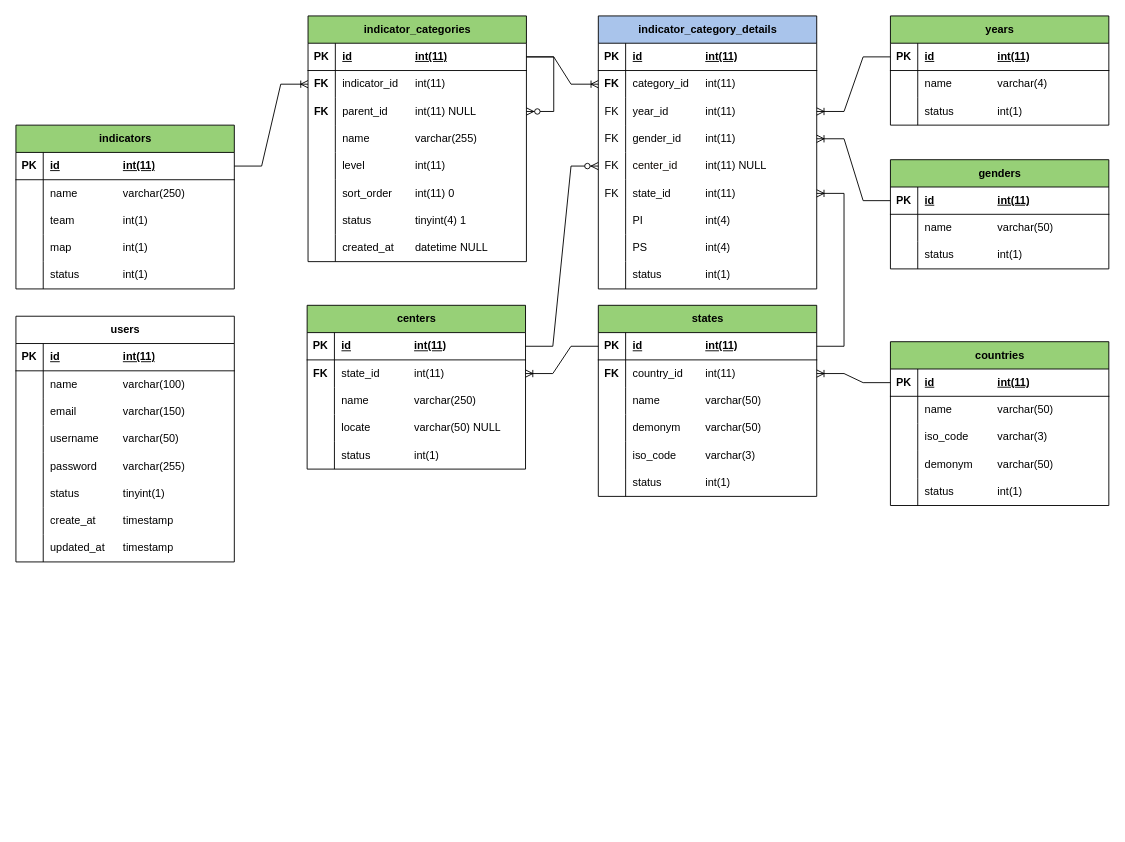
This is data/REDIM entidad - relacion - v3.drawio from MIGUEL-TGH/redim_frontend, a draw.io file, before an edit. Source tidied: cells renumbered, new cells numbered last; positions are measured from the earlier drawing's top-left corner, leaving out a move shared by most shapes. Both pictures are drawn from the tidied source at 91%, with x=0, y=0 at pixel (15, 15).
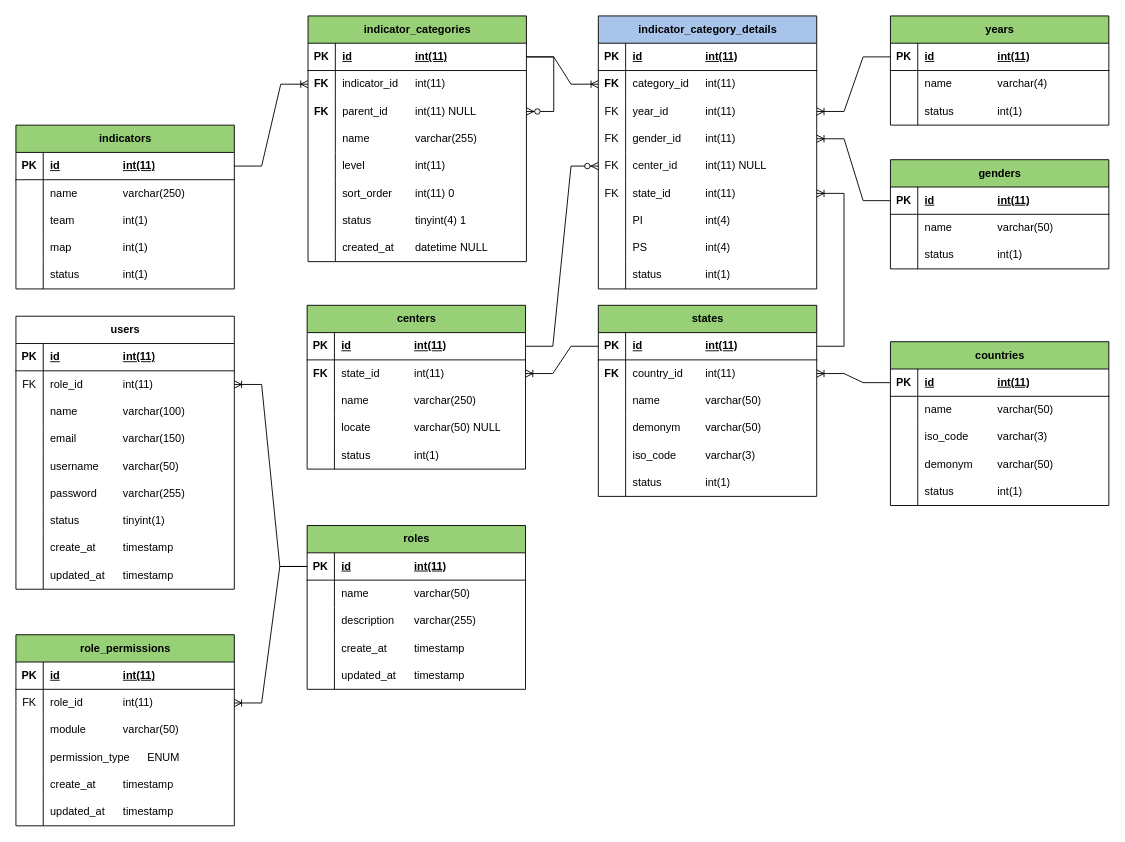
The same diagram, later.

The change refers to these unchanged cells:
```xml
<mxCell id="155" style="shape=tableRow;horizontal=0;startSize=0;swimlaneHead=0;swimlaneBody=0;fillColor=none;points=[[0,0.5],[1,0.5]];portConstraint=eastwest;top=0;left=0;right=0;bottom=0;" parent="151" vertex="1">
  <mxGeometry y="60" width="240" height="30" as="geometry" />
</mxCell>
```

What changed in the source:
```diff
@@
     <mxCell id="151" value="users" style="shape=table;startSize=30;childLayout=tableLayout;rowLines=0;fontStyle=1;align=center;html=1;fillColor=light-dark(#FFFFFF,#295A0D);" parent="1" vertex="1">
-      <mxGeometry y="330" width="240" height="270" as="geometry" />
+      <mxGeometry y="330" width="240" height="300" as="geometry" />
     </mxCell>
@@
-    <mxCell id="156" style="shape=partialRectangle;fillColor=none;top=0;left=0;bottom=0;right=0;overflow=hidden;whiteSpace=wrap;html=1;" parent="155" vertex="1">
+    <mxCell id="156" value="FK" style="shape=partialRectangle;fillColor=none;top=0;left=0;bottom=0;right=0;overflow=hidden;whiteSpace=wrap;html=1;" parent="155" vertex="1">
       <mxGeometry width="30" height="30" as="geometry" />
     </mxCell>
-    <mxCell id="157" value="name&lt;span style=&quot;white-space: pre;&quot;&gt;&#9;&lt;/span&gt;&lt;span style=&quot;white-space: pre;&quot;&gt;&#9;&lt;/span&gt;varchar(100)" style="shape=partialRectangle;fillColor=none;top=0;left=0;bottom=0;right=0;align=left;spacingLeft=6;overflow=hidden;whiteSpace=wrap;html=1;" parent="155" vertex="1">
+    <mxCell id="157" value="role_id&lt;span style=&quot;white-space: pre;&quot;&gt;&#9;&lt;/span&gt;&lt;span style=&quot;white-space: pre;&quot;&gt;&#9;&lt;/span&gt;int(11)" style="shape=partialRectangle;fillColor=none;top=0;left=0;bottom=0;right=0;align=left;spacingLeft=6;overflow=hidden;whiteSpace=wrap;html=1;" parent="155" vertex="1">
       <mxGeometry x="30" width="210" height="30" as="geometry" />
     </mxCell>
+    <mxCell id="176" style="shape=tableRow;horizontal=0;startSize=0;swimlaneHead=0;swimlaneBody=0;fillColor=none;top=0;left=0;right=0;bottom=0;" parent="151" vertex="1">
+      <mxGeometry y="90" width="240" height="30" as="geometry" />
+    </mxCell>
+    <mxCell id="177" style="shape=partialRectangle;fillColor=none;top=0;left=0;bottom=0;right=0;overflow=hidden;whiteSpace=wrap;html=1;" parent="176" vertex="1">
+      <mxGeometry width="30" height="30" as="geometry" />
+    </mxCell>
+    <mxCell id="178" value="name&lt;span style=&quot;white-space: pre;&quot;&gt;&#9;&lt;/span&gt;&lt;span style=&quot;white-space: pre;&quot;&gt;&#9;&lt;/span&gt;varchar(100)" style="shape=partialRectangle;fillColor=none;top=0;left=0;bottom=0;right=0;align=left;spacingLeft=6;overflow=hidden;whiteSpace=wrap;html=1;" parent="176" vertex="1">
+      <mxGeometry x="30" width="210" height="30" as="geometry" />
+    </mxCell>
     <mxCell id="158" style="shape=tableRow;horizontal=0;startSize=0;swimlaneHead=0;swimlaneBody=0;fillColor=none;top=0;left=0;right=0;bottom=0;" parent="151" vertex="1">
-      <mxGeometry y="90" width="240" height="30" as="geometry" />
+      <mxGeometry y="120" width="240" height="30" as="geometry" />
     </mxCell>
@@
     <mxCell id="161" style="shape=tableRow;horizontal=0;startSize=0;swimlaneHead=0;swimlaneBody=0;fillColor=none;top=0;left=0;right=0;bottom=0;" parent="151" vertex="1">
-      <mxGeometry y="120" width="240" height="30" as="geometry" />
+      <mxGeometry y="150" width="240" height="30" as="geometry" />
     </mxCell>
@@
     <mxCell id="164" style="shape=tableRow;horizontal=0;startSize=0;swimlaneHead=0;swimlaneBody=0;fillColor=none;top=0;left=0;right=0;bottom=0;" parent="151" vertex="1">
-      <mxGeometry y="150" width="240" height="30" as="geometry" />
+      <mxGeometry y="180" width="240" height="30" as="geometry" />
     </mxCell>
@@
     <mxCell id="167" style="shape=tableRow;horizontal=0;startSize=0;swimlaneHead=0;swimlaneBody=0;fillColor=none;top=0;left=0;right=0;bottom=0;" parent="151" vertex="1">
-      <mxGeometry y="180" width="240" height="30" as="geometry" />
+      <mxGeometry y="210" width="240" height="30" as="geometry" />
     </mxCell>
@@
     <mxCell id="170" style="shape=tableRow;horizontal=0;startSize=0;swimlaneHead=0;swimlaneBody=0;fillColor=none;top=0;left=0;right=0;bottom=0;" parent="151" vertex="1">
-      <mxGeometry y="210" width="240" height="30" as="geometry" />
+      <mxGeometry y="240" width="240" height="30" as="geometry" />
     </mxCell>
@@
     <mxCell id="173" style="shape=tableRow;horizontal=0;startSize=0;swimlaneHead=0;swimlaneBody=0;fillColor=none;top=0;left=0;right=0;bottom=0;" parent="151" vertex="1">
-      <mxGeometry y="240" width="240" height="30" as="geometry" />
+      <mxGeometry y="270" width="240" height="30" as="geometry" />
     </mxCell>
@@
+    <mxCell id="179" value="roles" style="shape=table;startSize=30;childLayout=tableLayout;rowLines=0;fontStyle=1;align=center;html=1;fillColor=#97D077;" parent="1" vertex="1">
+      <mxGeometry x="320" y="560" width="240" height="180" as="geometry" />
+    </mxCell>
+    <mxCell id="180" style="shape=tableRow;horizontal=0;startSize=0;swimlaneHead=0;swimlaneBody=0;fillColor=none;points=[[0,0.5],[1,0.5]];portConstraint=eastwest;top=0;left=0;right=0;bottom=1;" parent="179" vertex="1">
+      <mxGeometry y="30" width="240" height="30" as="geometry" />
+    </mxCell>
+    <mxCell id="181" value="PK" style="shape=partialRectangle;fillColor=none;top=0;left=0;bottom=0;right=0;fontStyle=1;overflow=hidden;whiteSpace=wrap;html=1;" parent="180" vertex="1">
+      <mxGeometry width="30" height="30" as="geometry" />
+    </mxCell>
+    <mxCell id="182" value="id&lt;span style=&quot;white-space: pre;&quot;&gt;&#9;&lt;/span&gt;&lt;span style=&quot;white-space: pre;&quot;&gt;&#9;&lt;/span&gt;&lt;span style=&quot;white-space: pre;&quot;&gt;&#9;&lt;/span&gt;int(11)" style="shape=partialRectangle;fillColor=none;top=0;left=0;bottom=0;right=0;align=left;spacingLeft=6;fontStyle=5;overflow=hidden;whiteSpace=wrap;html=1;" parent="180" vertex="1">
+      <mxGeometry x="30" width="210" height="30" as="geometry" />
+    </mxCell>
+    <mxCell id="183" style="shape=tableRow;horizontal=0;startSize=0;swimlaneHead=0;swimlaneBody=0;fillColor=none;top=0;left=0;right=0;bottom=0;" parent="179" vertex="1">
+      <mxGeometry y="60" width="240" height="30" as="geometry" />
+    </mxCell>
+    <mxCell id="184" style="shape=partialRectangle;fillColor=none;top=0;left=0;bottom=0;right=0;overflow=hidden;whiteSpace=wrap;html=1;" parent="183" vertex="1">
+      <mxGeometry width="30" height="30" as="geometry" />
+    </mxCell>
+    <mxCell id="185" value="name&lt;span style=&quot;white-space: pre;&quot;&gt;&#9;&lt;/span&gt;&lt;span style=&quot;white-space: pre;&quot;&gt;&#9;&lt;/span&gt;varchar(50)" style="shape=partialRectangle;fillColor=none;top=0;left=0;bottom=0;right=0;align=left;spacingLeft=6;overflow=hidden;whiteSpace=wrap;html=1;" parent="183" vertex="1">
+      <mxGeometry x="30" width="210" height="30" as="geometry" />
+    </mxCell>
+    <mxCell id="186" style="shape=tableRow;horizontal=0;startSize=0;swimlaneHead=0;swimlaneBody=0;fillColor=none;top=0;left=0;right=0;bottom=0;" parent="179" vertex="1">
+      <mxGeometry y="90" width="240" height="30" as="geometry" />
+    </mxCell>
+    <mxCell id="187" style="shape=partialRectangle;fillColor=none;top=0;left=0;bottom=0;right=0;overflow=hidden;whiteSpace=wrap;html=1;" parent="186" vertex="1">
+      <mxGeometry width="30" height="30" as="geometry" />
+    </mxCell>
+    <mxCell id="188" value="description&lt;span style=&quot;white-space: pre;&quot;&gt;&#9;&lt;/span&gt;varchar(255)" style="shape=partialRectangle;fillColor=none;top=0;left=0;bottom=0;right=0;align=left;spacingLeft=6;overflow=hidden;whiteSpace=wrap;html=1;" parent="186" vertex="1">
+      <mxGeometry x="30" width="210" height="30" as="geometry" />
+    </mxCell>
+    <mxCell id="189" style="shape=tableRow;horizontal=0;startSize=0;swimlaneHead=0;swimlaneBody=0;fillColor=none;top=0;left=0;right=0;bottom=0;" parent="179" vertex="1">
+      <mxGeometry y="120" width="240" height="30" as="geometry" />
+    </mxCell>
+    <mxCell id="190" style="shape=partialRectangle;fillColor=none;top=0;left=0;bottom=0;right=0;overflow=hidden;whiteSpace=wrap;html=1;" parent="189" vertex="1">
+      <mxGeometry width="30" height="30" as="geometry" />
+    </mxCell>
+    <mxCell id="191" value="create_at&lt;span style=&quot;white-space: pre;&quot;&gt;&#9;&lt;/span&gt;&lt;span style=&quot;white-space: pre;&quot;&gt;&#9;&lt;/span&gt;timestamp" style="shape=partialRectangle;fillColor=none;top=0;left=0;bottom=0;right=0;align=left;spacingLeft=6;overflow=hidden;whiteSpace=wrap;html=1;" parent="189" vertex="1">
+      <mxGeometry x="30" width="210" height="30" as="geometry" />
+    </mxCell>
+    <mxCell id="192" style="shape=tableRow;horizontal=0;startSize=0;swimlaneHead=0;swimlaneBody=0;fillColor=none;top=0;left=0;right=0;bottom=0;" parent="179" vertex="1">
+      <mxGeometry y="150" width="240" height="30" as="geometry" />
+    </mxCell>
+    <mxCell id="193" style="shape=partialRectangle;fillColor=none;top=0;left=0;bottom=0;right=0;overflow=hidden;whiteSpace=wrap;html=1;" parent="192" vertex="1">
+      <mxGeometry width="30" height="30" as="geometry" />
+    </mxCell>
+    <mxCell id="194" value="updated_at&lt;span style=&quot;white-space: pre;&quot;&gt;&#9;&lt;/span&gt;timestamp" style="shape=partialRectangle;fillColor=none;top=0;left=0;bottom=0;right=0;align=left;spacingLeft=6;overflow=hidden;whiteSpace=wrap;html=1;" parent="192" vertex="1">
+      <mxGeometry x="30" width="210" height="30" as="geometry" />
+    </mxCell>
+    <mxCell id="195" value="role_permissions" style="shape=table;startSize=30;childLayout=tableLayout;rowLines=0;fontStyle=1;align=center;html=1;fillColor=#97D077;" parent="1" vertex="1">
+      <mxGeometry y="680" width="240" height="210" as="geometry" />
+    </mxCell>
+    <mxCell id="196" style="shape=tableRow;horizontal=0;startSize=0;swimlaneHead=0;swimlaneBody=0;fillColor=none;top=0;left=0;right=0;bottom=1;" parent="195" vertex="1">
+      <mxGeometry y="30" width="240" height="30" as="geometry" />
+    </mxCell>
+    <mxCell id="197" value="PK" style="shape=partialRectangle;fillColor=none;top=0;left=0;bottom=0;right=0;fontStyle=1;overflow=hidden;whiteSpace=wrap;html=1;" parent="196" vertex="1">
+      <mxGeometry width="30" height="30" as="geometry" />
+    </mxCell>
+    <mxCell id="198" value="id&lt;span style=&quot;white-space: pre;&quot;&gt;&#9;&lt;/span&gt;&lt;span style=&quot;white-space: pre;&quot;&gt;&#9;&lt;/span&gt;&lt;span style=&quot;white-space: pre;&quot;&gt;&#9;&lt;/span&gt;int(11)" style="shape=partialRectangle;fillColor=none;top=0;left=0;bottom=0;right=0;align=left;spacingLeft=6;fontStyle=5;overflow=hidden;whiteSpace=wrap;html=1;" parent="196" vertex="1">
+      <mxGeometry x="30" width="210" height="30" as="geometry" />
+    </mxCell>
+    <mxCell id="199" style="shape=tableRow;horizontal=0;startSize=0;swimlaneHead=0;swimlaneBody=0;fillColor=none;points=[[0,0.5],[1,0.5]];portConstraint=eastwest;top=0;left=0;right=0;bottom=0;" parent="195" vertex="1">
+      <mxGeometry y="60" width="240" height="30" as="geometry" />
+    </mxCell>
+    <mxCell id="200" value="FK" style="shape=partialRectangle;fillColor=none;top=0;left=0;bottom=0;right=0;overflow=hidden;whiteSpace=wrap;html=1;" parent="199" vertex="1">
+      <mxGeometry width="30" height="30" as="geometry" />
+    </mxCell>
+    <mxCell id="201" value="role_id&lt;span style=&quot;white-space: pre;&quot;&gt;&#9;&lt;/span&gt;&lt;span style=&quot;white-space: pre;&quot;&gt;&#9;&lt;/span&gt;int(11)" style="shape=partialRectangle;fillColor=none;top=0;left=0;bottom=0;right=0;align=left;spacingLeft=6;overflow=hidden;whiteSpace=wrap;html=1;" parent="199" vertex="1">
+      <mxGeometry x="30" width="210" height="30" as="geometry" />
+    </mxCell>
+    <mxCell id="202" style="shape=tableRow;horizontal=0;startSize=0;swimlaneHead=0;swimlaneBody=0;fillColor=none;top=0;left=0;right=0;bottom=0;" parent="195" vertex="1">
+      <mxGeometry y="90" width="240" height="30" as="geometry" />
+    </mxCell>
+    <mxCell id="203" style="shape=partialRectangle;fillColor=none;top=0;left=0;bottom=0;right=0;overflow=hidden;whiteSpace=wrap;html=1;" parent="202" vertex="1">
+      <mxGeometry width="30" height="30" as="geometry" />
+    </mxCell>
+    <mxCell id="204" value="module&lt;span style=&quot;white-space: pre;&quot;&gt;&#9;&lt;span style=&quot;white-space: pre;&quot;&gt;&#9;&lt;/span&gt;&lt;/span&gt;varchar(50)" style="shape=partialRectangle;fillColor=none;top=0;left=0;bottom=0;right=0;align=left;spacingLeft=6;overflow=hidden;whiteSpace=wrap;html=1;" parent="202" vertex="1">
+      <mxGeometry x="30" width="210" height="30" as="geometry" />
+    </mxCell>
+    <mxCell id="205" style="shape=tableRow;horizontal=0;startSize=0;swimlaneHead=0;swimlaneBody=0;fillColor=none;top=0;left=0;right=0;bottom=0;" parent="195" vertex="1">
+      <mxGeometry y="120" width="240" height="30" as="geometry" />
+    </mxCell>
+    <mxCell id="206" style="shape=partialRectangle;fillColor=none;top=0;left=0;bottom=0;right=0;overflow=hidden;whiteSpace=wrap;html=1;" parent="205" vertex="1">
+      <mxGeometry width="30" height="30" as="geometry" />
+    </mxCell>
+    <mxCell id="207" value="permission_type &lt;span style=&quot;white-space: pre;&quot;&gt;&#9;&lt;/span&gt;ENUM" style="shape=partialRectangle;fillColor=none;top=0;left=0;bottom=0;right=0;align=left;spacingLeft=6;overflow=hidden;whiteSpace=wrap;html=1;" parent="205" vertex="1">
+      <mxGeometry x="30" width="210" height="30" as="geometry" />
+    </mxCell>
+    <mxCell id="208" style="shape=tableRow;horizontal=0;startSize=0;swimlaneHead=0;swimlaneBody=0;fillColor=none;top=0;left=0;right=0;bottom=0;" parent="195" vertex="1">
+      <mxGeometry y="150" width="240" height="30" as="geometry" />
+    </mxCell>
+    <mxCell id="209" style="shape=partialRectangle;fillColor=none;top=0;left=0;bottom=0;right=0;overflow=hidden;whiteSpace=wrap;html=1;" parent="208" vertex="1">
+      <mxGeometry width="30" height="30" as="geometry" />
+    </mxCell>
+    <mxCell id="210" value="create_at&lt;span style=&quot;white-space: pre;&quot;&gt;&#9;&lt;/span&gt;&lt;span style=&quot;white-space: pre;&quot;&gt;&#9;&lt;/span&gt;timestamp" style="shape=partialRectangle;fillColor=none;top=0;left=0;bottom=0;right=0;align=left;spacingLeft=6;overflow=hidden;whiteSpace=wrap;html=1;" parent="208" vertex="1">
+      <mxGeometry x="30" width="210" height="30" as="geometry" />
+    </mxCell>
+    <mxCell id="211" style="shape=tableRow;horizontal=0;startSize=0;swimlaneHead=0;swimlaneBody=0;fillColor=none;top=0;left=0;right=0;bottom=0;" parent="195" vertex="1">
+      <mxGeometry y="180" width="240" height="30" as="geometry" />
+    </mxCell>
+    <mxCell id="212" style="shape=partialRectangle;fillColor=none;top=0;left=0;bottom=0;right=0;overflow=hidden;whiteSpace=wrap;html=1;" parent="211" vertex="1">
+      <mxGeometry width="30" height="30" as="geometry" />
+    </mxCell>
+    <mxCell id="213" value="updated_at&lt;span style=&quot;white-space: pre;&quot;&gt;&#9;&lt;/span&gt;timestamp" style="shape=partialRectangle;fillColor=none;top=0;left=0;bottom=0;right=0;align=left;spacingLeft=6;overflow=hidden;whiteSpace=wrap;html=1;" parent="211" vertex="1">
+      <mxGeometry x="30" width="210" height="30" as="geometry" />
+    </mxCell>
+    <mxCell id="214" style="edgeStyle=entityRelationEdgeStyle;fontSize=12;html=1;endArrow=ERoneToMany;rounded=0;" parent="1" edge="1" source="180" target="199">
+      <mxGeometry relative="1" as="geometry" />
+    </mxCell>
+    <mxCell id="215" style="edgeStyle=entityRelationEdgeStyle;fontSize=12;html=1;endArrow=ERoneToMany;rounded=0;" parent="1" edge="1" source="180" target="155">
+      <mxGeometry relative="1" as="geometry" />
+    </mxCell>
```
